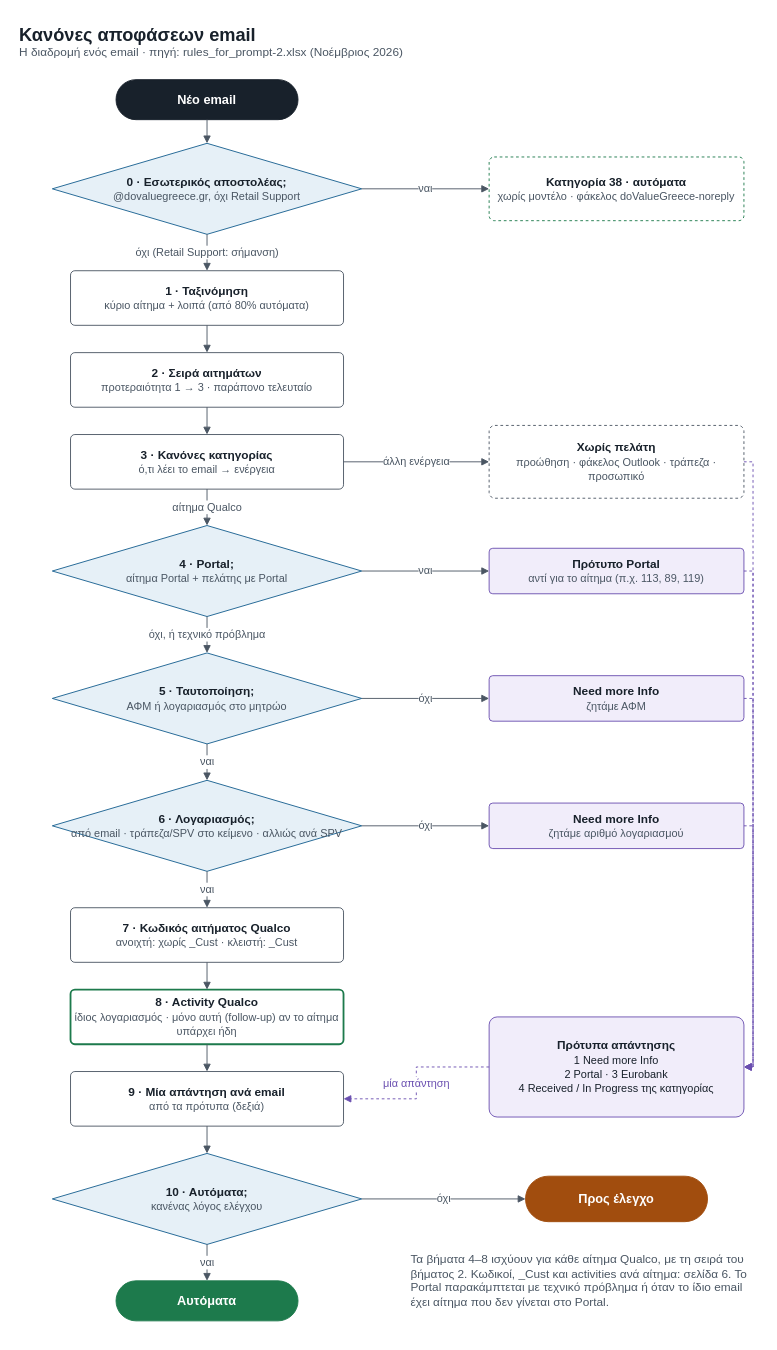
Before: page "1 Διαδρομή email" (1 of 6) of docs/decision_rules.drawio in nicoleplak/email-classification, a draw.io diagram. Source tidied: cells renumbered, new cells numbered last; positions are measured from the earlier drawing's top-left corner, leaving out a move shared by most shapes. Both pictures are drawn from the tidied source at 91%, with x=0, y=0 at pixel (15, 15).
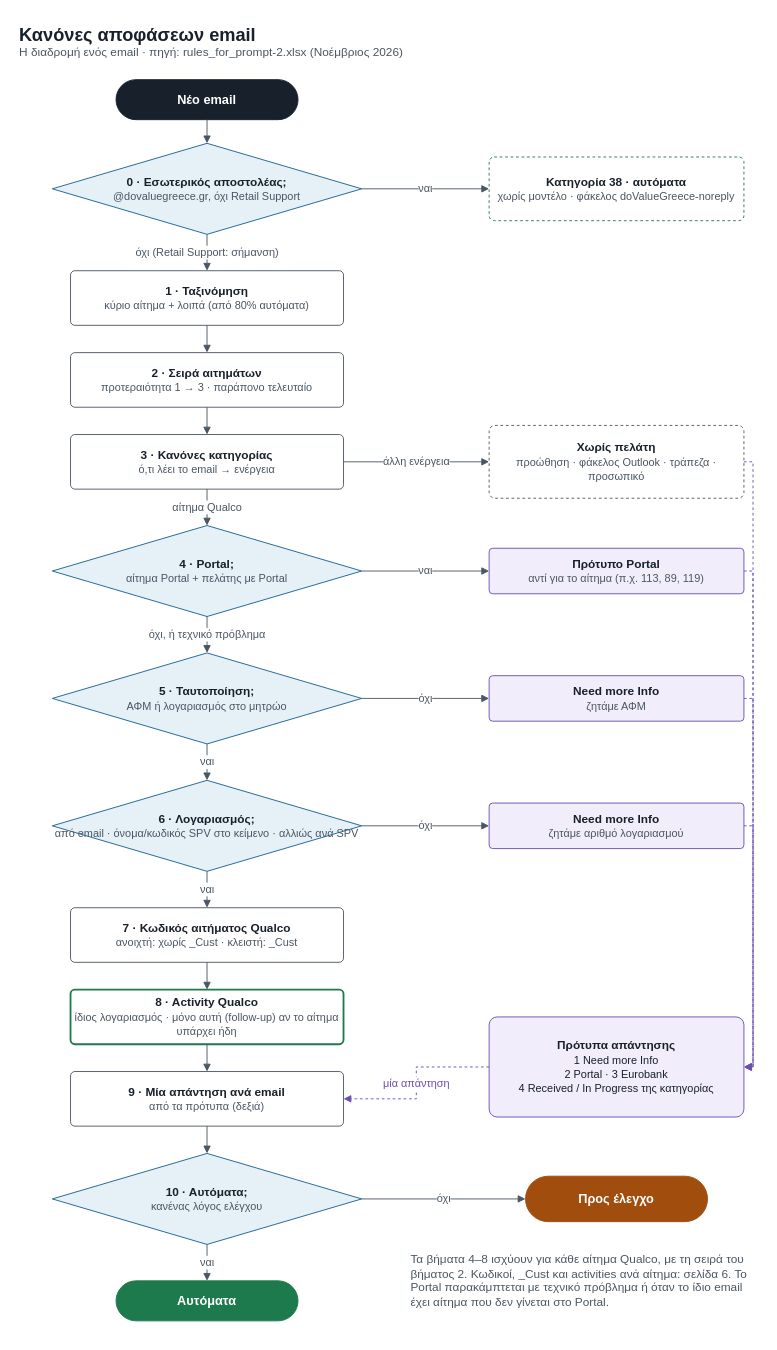
Above is the later version.

The edit, as a diff of the source:
```diff
@@
-    <mxCell id="10" value="&lt;b&gt;6 · Λογαριασμός;&lt;/b&gt;&lt;br&gt;&lt;font style=&quot;font-size:12px&quot; color=&quot;#4A5663&quot;&gt;από email · τράπεζα/SPV στο κείμενο · αλλιώς ανά SPV&lt;/font&gt;" style="rhombus;whiteSpace=wrap;html=1;fillColor=#E6F0F7;strokeColor=#155E8F;fontFamily=Helvetica;fontColor=#18212B;fontSize=13;" parent="1" vertex="1">
+    <mxCell id="10" value="&lt;b&gt;6 · Λογαριασμός;&lt;/b&gt;&lt;br&gt;&lt;font style=&quot;font-size:12px&quot; color=&quot;#4A5663&quot;&gt;από email · όνομα/κωδικός SPV στο κείμενο · αλλιώς ανά SPV&lt;/font&gt;" style="rhombus;whiteSpace=wrap;html=1;fillColor=#E6F0F7;strokeColor=#155E8F;fontFamily=Helvetica;fontColor=#18212B;fontSize=13;" parent="1" vertex="1">
       <mxGeometry x="40" y="840" width="340" height="100" as="geometry" />
     </mxCell>
```
